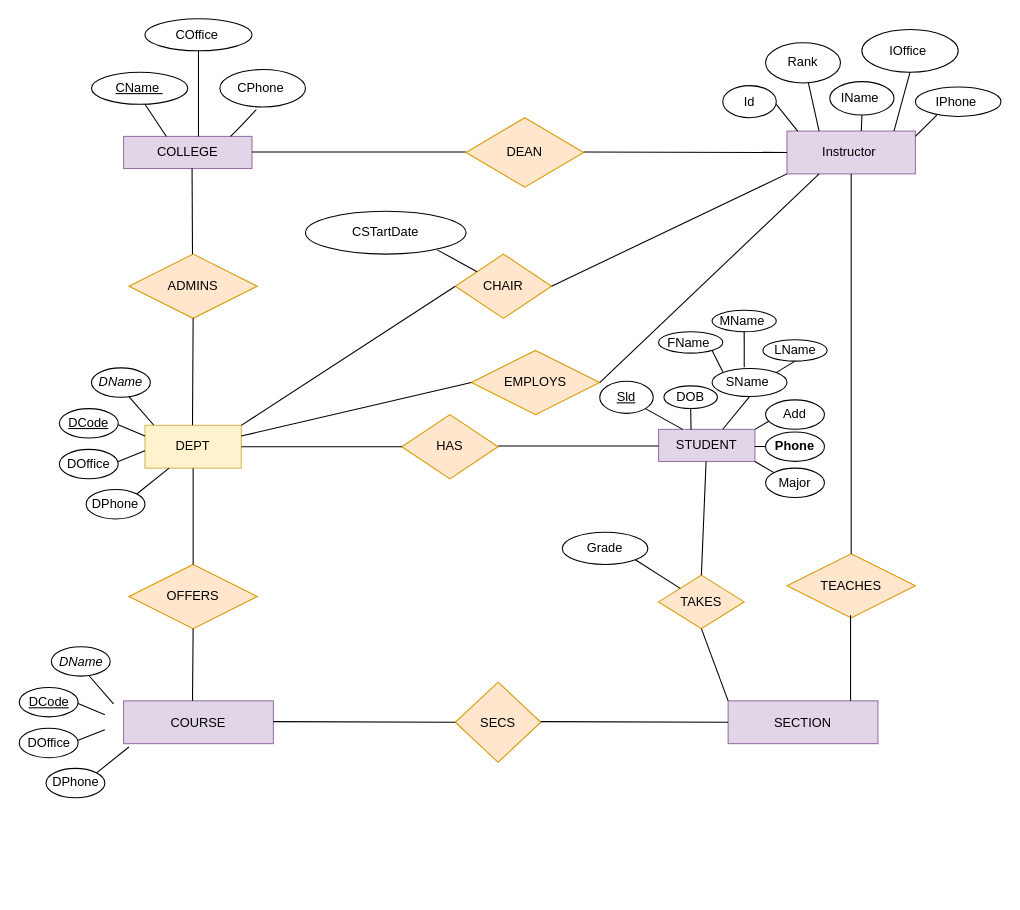
Before: Untitled Diagram.drawio in Nick0422/portfolio, a draw.io diagram. Source tidied: cells renumbered, new cells numbered last; positions are measured from the earlier drawing's top-left corner, leaving out a move shared by most shapes. Both pictures are drawn from the tidied source at 107%, with x=0, y=0 at pixel (18, 18).
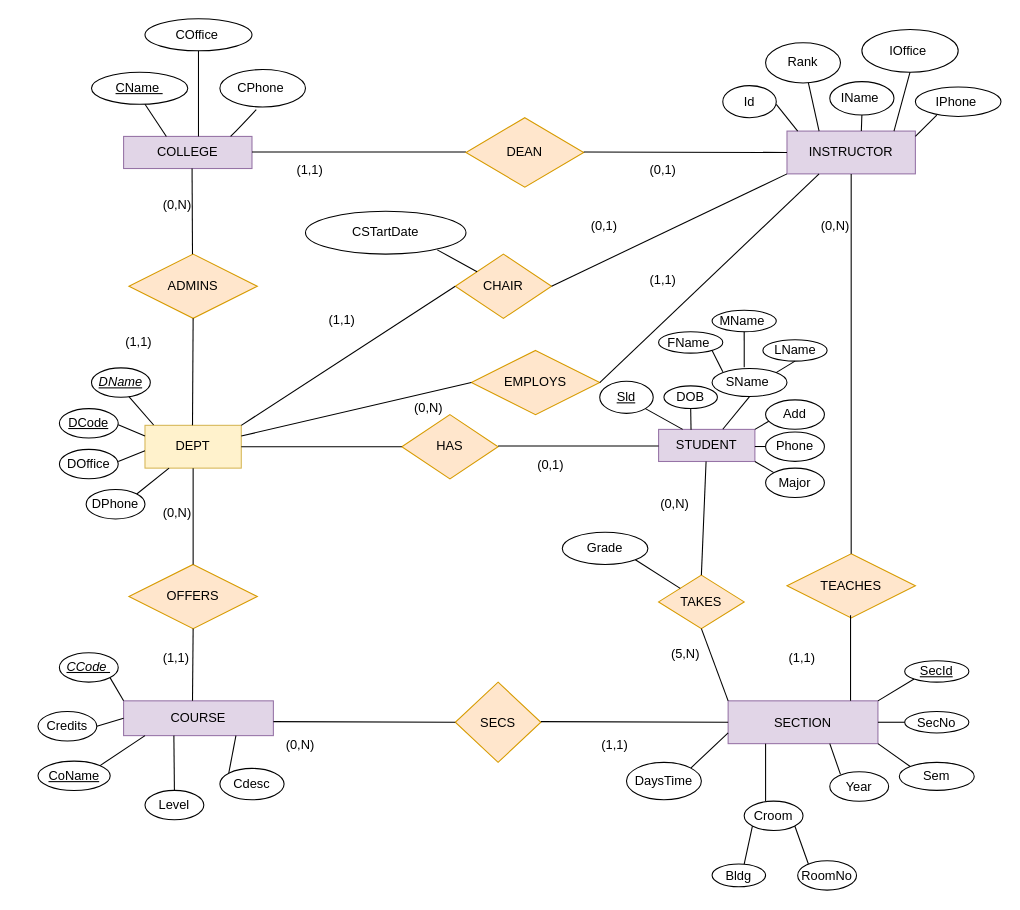
After the change.

The change refers to these unchanged cells:
```xml
<mxCell id="30" value="SECTION" style="rounded=0;whiteSpace=wrap;html=1;fillColor=#e1d5e7;strokeColor=#9673a6;" parent="1" vertex="1">
  <mxGeometry x="663" y="637.5" width="140" height="40" as="geometry" />
</mxCell>
```

Diff of the diagram source:
```diff
@@
-    <mxCell id="12" value="Instructor&amp;nbsp;" style="rounded=0;whiteSpace=wrap;html=1;fillColor=#e1d5e7;strokeColor=#9673a6;" parent="1" vertex="1">
+    <mxCell id="12" value="INSTRUCTOR" style="rounded=0;whiteSpace=wrap;html=1;fillColor=#e1d5e7;strokeColor=#9673a6;" parent="1" vertex="1">
       <mxGeometry x="718" y="105" width="120" height="40" as="geometry" />
     </mxCell>
@@
     <mxCell id="29" value="COURSE" style="rounded=0;whiteSpace=wrap;html=1;fillColor=#e1d5e7;strokeColor=#9673a6;" parent="1" vertex="1">
-      <mxGeometry x="98" y="637.5" width="140" height="40" as="geometry" />
+      <mxGeometry x="98" y="637.5" width="140" height="32.5" as="geometry" />
     </mxCell>
@@
-    <mxCell id="64" value="Phone" style="ellipse;whiteSpace=wrap;html=1;fontStyle=1;" parent="1" vertex="1">
+    <mxCell id="64" value="&lt;span style=&quot;font-weight: normal&quot;&gt;Phone&lt;/span&gt;" style="ellipse;whiteSpace=wrap;html=1;fontStyle=1;" parent="1" vertex="1">
       <mxGeometry x="698" y="386.2" width="55" height="27.5" as="geometry" />
     </mxCell>
@@
-    <mxCell id="78" value="&lt;i&gt;DName&lt;/i&gt;" style="ellipse;whiteSpace=wrap;html=1;" parent="1" vertex="1">
+    <mxCell id="78" value="&lt;i&gt;DName&lt;/i&gt;" style="ellipse;whiteSpace=wrap;html=1;fontStyle=4;" parent="1" vertex="1">
       <mxGeometry x="68" y="326.3" width="55" height="27.5" as="geometry" />
     </mxCell>
@@
-    <mxCell id="83" value="&lt;u&gt;DCode&lt;/u&gt;" style="ellipse;whiteSpace=wrap;html=1;" parent="1" vertex="1">
-      <mxGeometry x="0.5" y="625" width="55" height="27.5" as="geometry" />
+    <mxCell id="83" value="Credits" style="ellipse;whiteSpace=wrap;html=1;" parent="1" vertex="1">
+      <mxGeometry x="18" y="647.5" width="55" height="27.5" as="geometry" />
     </mxCell>
-    <mxCell id="84" value="DOffice" style="ellipse;whiteSpace=wrap;html=1;fontStyle=0;" parent="1" vertex="1">
-      <mxGeometry x="0.5" y="663.1" width="55" height="27.5" as="geometry" />
+    <mxCell id="84" value="CoName" style="ellipse;whiteSpace=wrap;html=1;fontStyle=4;" parent="1" vertex="1">
+      <mxGeometry x="18" y="693.8" width="67.5" height="27.5" as="geometry" />
     </mxCell>
-    <mxCell id="85" value="DPhone" style="ellipse;whiteSpace=wrap;html=1;" parent="1" vertex="1">
-      <mxGeometry x="25.5" y="700.6" width="55" height="27.5" as="geometry" />
+    <mxCell id="85" value="Level" style="ellipse;whiteSpace=wrap;html=1;" parent="1" vertex="1">
+      <mxGeometry x="118" y="721.2" width="55" height="27.5" as="geometry" />
     </mxCell>
-    <mxCell id="86" value="&lt;i&gt;DName&lt;/i&gt;" style="ellipse;whiteSpace=wrap;html=1;" parent="1" vertex="1">
-      <mxGeometry x="30.5" y="586.9" width="55" height="27.5" as="geometry" />
+    <mxCell id="86" value="&lt;i&gt;CCode&amp;nbsp;&lt;/i&gt;&lt;br&gt;" style="ellipse;whiteSpace=wrap;html=1;fontStyle=4;" parent="1" vertex="1">
+      <mxGeometry x="38" y="592.5" width="55" height="27.5" as="geometry" />
     </mxCell>
-    <mxCell id="87" style="endArrow=none;html=1;entryX=0.09;entryY=-0.008;entryDx=0;entryDy=0;entryPerimeter=0;" parent="1" edge="1">
+    <mxCell id="87" style="endArrow=none;html=1;entryX=0.09;entryY=-0.008;entryDx=0;entryDy=0;entryPerimeter=0;exitX=1;exitY=1;exitDx=0;exitDy=0;" parent="1" edge="1" source="86">
       <mxGeometry relative="1" as="geometry">
-        <mxPoint x="65.5" y="613.8" as="sourcePoint" />
-        <mxPoint x="88.6" y="640.3" as="targetPoint" />
+        <mxPoint x="98" y="637.5" as="targetPoint" />
       </mxGeometry>
     </mxCell>
-    <mxCell id="88" style="endArrow=none;html=1;entryX=0;entryY=0.25;entryDx=0;entryDy=0;" parent="1" edge="1">
-      <mxGeometry relative="1" as="geometry">
-        <mxPoint x="55.5" y="640" as="sourcePoint" />
-        <mxPoint x="80.5" y="650.6" as="targetPoint" />
-      </mxGeometry>
+    <mxCell id="88" style="endArrow=none;html=1;entryX=0;entryY=0.5;entryDx=0;entryDy=0;exitX=1;exitY=0.5;exitDx=0;exitDy=0;" parent="1" edge="1" source="83" target="29">
+      <mxGeometry relative="1" as="geometry" />
     </mxCell>
-    <mxCell id="89" style="endArrow=none;html=1;" parent="1" edge="1">
-      <mxGeometry relative="1" as="geometry">
-        <mxPoint x="55.5" y="674.4" as="sourcePoint" />
-        <mxPoint x="80.5" y="664.4" as="targetPoint" />
-      </mxGeometry>
+    <mxCell id="89" style="endArrow=none;html=1;entryX=0.143;entryY=1;entryDx=0;entryDy=0;exitX=1;exitY=0;exitDx=0;exitDy=0;entryPerimeter=0;" parent="1" edge="1" source="84" target="29">
+      <mxGeometry relative="1" as="geometry" />
     </mxCell>
-    <mxCell id="90" style="endArrow=none;html=1;entryX=0.25;entryY=1;entryDx=0;entryDy=0;exitX=1;exitY=0;exitDx=0;exitDy=0;" parent="1" edge="1" source="85">
+    <mxCell id="90" style="endArrow=none;html=1;exitX=0.5;exitY=0;exitDx=0;exitDy=0;" parent="1" edge="1" source="85">
       <mxGeometry relative="1" as="geometry">
-        <mxPoint x="103" y="680.6" as="targetPoint" />
+        <mxPoint x="145" y="670" as="targetPoint" />
       </mxGeometry>
     </mxCell>
+    <mxCell id="91" value="Cdesc" style="ellipse;whiteSpace=wrap;html=1;" parent="1" vertex="1">
+      <mxGeometry x="188" y="700.6" width="60" height="29.4" as="geometry" />
+    </mxCell>
+    <mxCell id="92" style="endArrow=none;html=1;entryX=0.75;entryY=1;entryDx=0;entryDy=0;exitX=0;exitY=0;exitDx=0;exitDy=0;" parent="1" edge="1" source="91" target="29">
+      <mxGeometry relative="1" as="geometry" />
+    </mxCell>
+    <mxCell id="93" value="Year" style="ellipse;whiteSpace=wrap;html=1;" parent="1" vertex="1">
+      <mxGeometry x="758" y="703.8" width="55" height="27.5" as="geometry" />
+    </mxCell>
+    <mxCell id="94" value="Sem" style="ellipse;whiteSpace=wrap;html=1;" parent="1" vertex="1">
+      <mxGeometry x="823" y="695" width="70" height="26.2" as="geometry" />
+    </mxCell>
+    <mxCell id="95" value="Bldg" style="ellipse;whiteSpace=wrap;html=1;" parent="1" vertex="1">
+      <mxGeometry x="648" y="790" width="50" height="21.2" as="geometry" />
+    </mxCell>
+    <mxCell id="96" value="DaysTime" style="ellipse;whiteSpace=wrap;html=1;" parent="1" vertex="1">
+      <mxGeometry x="568" y="695" width="70" height="35" as="geometry" />
+    </mxCell>
+    <mxCell id="97" value="SecId" style="ellipse;whiteSpace=wrap;html=1;fontStyle=4;" parent="1" vertex="1">
+      <mxGeometry x="828" y="600" width="60" height="20" as="geometry" />
+    </mxCell>
+    <mxCell id="98" value="SecNo" style="ellipse;whiteSpace=wrap;html=1;" parent="1" vertex="1">
+      <mxGeometry x="828" y="647.5" width="60" height="20" as="geometry" />
+    </mxCell>
+    <mxCell id="99" value="&lt;span style=&quot;font-weight: normal&quot;&gt;Croom&lt;/span&gt;" style="ellipse;whiteSpace=wrap;html=1;fontStyle=1;" parent="1" vertex="1">
+      <mxGeometry x="678" y="731.2" width="55" height="27.5" as="geometry" />
+    </mxCell>
+    <mxCell id="100" value="RoomNo" style="ellipse;whiteSpace=wrap;html=1;" parent="1" vertex="1">
+      <mxGeometry x="728" y="786.9" width="55" height="27.5" as="geometry" />
+    </mxCell>
+    <mxCell id="101" style="endArrow=none;html=1;entryX=1;entryY=1;entryDx=0;entryDy=0;" parent="1" edge="1" target="99">
+      <mxGeometry relative="1" as="geometry">
+        <mxPoint x="738" y="790" as="sourcePoint" />
+      </mxGeometry>
+    </mxCell>
+    <mxCell id="102" style="endArrow=none;html=1;entryX=0;entryY=1;entryDx=0;entryDy=0;" parent="1" edge="1" target="99">
+      <mxGeometry relative="1" as="geometry">
+        <mxPoint x="678" y="790" as="sourcePoint" />
+      </mxGeometry>
+    </mxCell>
+    <mxCell id="103" style="endArrow=none;html=1;entryX=0.25;entryY=1;entryDx=0;entryDy=0;" parent="1" edge="1" target="30">
+      <mxGeometry relative="1" as="geometry">
+        <mxPoint x="698" y="731" as="sourcePoint" />
+      </mxGeometry>
+    </mxCell>
+    <mxCell id="104" style="endArrow=none;html=1;" parent="1" edge="1">
+      <mxGeometry relative="1" as="geometry">
+        <mxPoint x="768" y="706.2" as="sourcePoint" />
+        <mxPoint x="758" y="677.5" as="targetPoint" />
+      </mxGeometry>
+    </mxCell>
+    <mxCell id="105" style="endArrow=none;html=1;entryX=0;entryY=1;entryDx=0;entryDy=0;" parent="1" edge="1" target="97">
+      <mxGeometry relative="1" as="geometry">
+        <mxPoint x="803" y="637.5" as="sourcePoint" />
+      </mxGeometry>
+    </mxCell>
+    <mxCell id="106" style="endArrow=none;html=1;entryX=0;entryY=0.5;entryDx=0;entryDy=0;exitX=1;exitY=0.5;exitDx=0;exitDy=0;" parent="1" edge="1" source="30" target="98">
+      <mxGeometry relative="1" as="geometry" />
+    </mxCell>
+    <mxCell id="107" style="endArrow=none;html=1;entryX=0;entryY=0.75;entryDx=0;entryDy=0;exitX=1;exitY=0;exitDx=0;exitDy=0;" parent="1" edge="1" source="96" target="30">
+      <mxGeometry relative="1" as="geometry" />
+    </mxCell>
+    <mxCell id="108" style="endArrow=none;html=1;entryX=0;entryY=0;entryDx=0;entryDy=0;" parent="1" edge="1" target="94">
+      <mxGeometry relative="1" as="geometry">
+        <mxPoint x="803" y="677.5" as="sourcePoint" />
+      </mxGeometry>
+    </mxCell>
+    <mxCell id="109" value="&lt;div style=&quot;text-align: center&quot;&gt;&lt;font face=&quot;helvetica&quot;&gt;(1,1)&lt;/font&gt;&lt;/div&gt;" style="text;whiteSpace=wrap;html=1;" parent="1" vertex="1">
+      <mxGeometry x="588" y="230" width="40" height="26.2" as="geometry" />
+    </mxCell>
+    <mxCell id="110" value="&lt;div style=&quot;text-align: center&quot;&gt;&lt;font face=&quot;helvetica&quot;&gt;(1,1)&lt;/font&gt;&lt;/div&gt;" style="text;whiteSpace=wrap;html=1;" parent="1" vertex="1">
+      <mxGeometry x="98" y="287.5" width="50" height="30" as="geometry" />
+    </mxCell>
+    <mxCell id="111" value="&lt;div style=&quot;text-align: center&quot;&gt;&lt;font face=&quot;helvetica&quot;&gt;(1,1)&lt;/font&gt;&lt;/div&gt;" style="text;whiteSpace=wrap;html=1;" parent="1" vertex="1">
+      <mxGeometry x="288" y="267.5" width="50" height="30" as="geometry" />
+    </mxCell>
+    <mxCell id="112" value="&lt;div style=&quot;text-align: center&quot;&gt;&lt;font face=&quot;helvetica&quot;&gt;(5,N)&lt;/font&gt;&lt;/div&gt;" style="text;whiteSpace=wrap;html=1;" parent="1" vertex="1">
+      <mxGeometry x="608" y="580" width="50" height="30" as="geometry" />
+    </mxCell>
+    <mxCell id="113" value="&lt;div style=&quot;text-align: center&quot;&gt;&lt;font face=&quot;helvetica&quot;&gt;(1,1)&lt;/font&gt;&lt;/div&gt;" style="text;whiteSpace=wrap;html=1;" parent="1" vertex="1">
+      <mxGeometry x="718" y="584.4" width="50" height="30" as="geometry" />
+    </mxCell>
+    <mxCell id="114" value="&lt;div style=&quot;text-align: center&quot;&gt;&lt;font face=&quot;helvetica&quot;&gt;(1,1)&lt;/font&gt;&lt;/div&gt;" style="text;whiteSpace=wrap;html=1;" parent="1" vertex="1">
+      <mxGeometry x="258" y="127.5" width="50" height="30" as="geometry" />
+    </mxCell>
+    <mxCell id="115" value="&lt;div style=&quot;text-align: center&quot;&gt;&lt;font face=&quot;helvetica&quot;&gt;(1,1)&lt;/font&gt;&lt;/div&gt;" style="text;whiteSpace=wrap;html=1;" parent="1" vertex="1">
+      <mxGeometry x="133" y="584.4" width="50" height="30" as="geometry" />
+    </mxCell>
+    <mxCell id="116" value="&lt;div style=&quot;text-align: center&quot;&gt;&lt;font face=&quot;helvetica&quot;&gt;(0,N)&lt;/font&gt;&lt;/div&gt;" style="text;whiteSpace=wrap;html=1;" parent="1" vertex="1">
+      <mxGeometry x="368" y="350" width="50" height="30" as="geometry" />
+    </mxCell>
+    <mxCell id="117" value="&lt;div style=&quot;text-align: center&quot;&gt;&lt;font face=&quot;helvetica&quot;&gt;(0,1)&lt;/font&gt;&lt;/div&gt;" style="text;whiteSpace=wrap;html=1;" parent="1" vertex="1">
+      <mxGeometry x="533" y="180" width="50" height="30" as="geometry" />
+    </mxCell>
+    <mxCell id="118" value="&lt;div style=&quot;text-align: center&quot;&gt;&lt;font face=&quot;helvetica&quot;&gt;(1,1)&lt;/font&gt;&lt;/div&gt;" style="text;whiteSpace=wrap;html=1;" parent="1" vertex="1">
+      <mxGeometry x="543" y="665" width="50" height="30" as="geometry" />
+    </mxCell>
+    <mxCell id="119" value="&lt;div style=&quot;text-align: center&quot;&gt;&lt;font face=&quot;helvetica&quot;&gt;(0,1)&lt;/font&gt;&lt;/div&gt;" style="text;whiteSpace=wrap;html=1;" parent="1" vertex="1">
+      <mxGeometry x="588" y="127.5" width="50" height="30" as="geometry" />
+    </mxCell>
+    <mxCell id="120" value="&lt;div style=&quot;text-align: center&quot;&gt;&lt;font face=&quot;helvetica&quot;&gt;(0,1)&lt;/font&gt;&lt;/div&gt;" style="text;whiteSpace=wrap;html=1;" parent="1" vertex="1">
+      <mxGeometry x="483" y="402.5" width="50" height="30" as="geometry" />
+    </mxCell>
+    <mxCell id="121" value="&lt;div style=&quot;text-align: center&quot;&gt;&lt;font face=&quot;helvetica&quot;&gt;(0,N)&lt;/font&gt;&lt;/div&gt;" style="text;whiteSpace=wrap;html=1;" parent="1" vertex="1">
+      <mxGeometry x="133" y="447.5" width="50" height="30" as="geometry" />
+    </mxCell>
+    <mxCell id="122" value="&lt;div style=&quot;text-align: center&quot;&gt;&lt;font face=&quot;helvetica&quot;&gt;(0,N)&lt;/font&gt;&lt;/div&gt;" style="text;whiteSpace=wrap;html=1;" parent="1" vertex="1">
+      <mxGeometry x="133" y="160" width="50" height="30" as="geometry" />
+    </mxCell>
+    <mxCell id="123" value="&lt;div style=&quot;text-align: center&quot;&gt;&lt;font face=&quot;helvetica&quot;&gt;(0,N)&lt;/font&gt;&lt;/div&gt;" style="text;whiteSpace=wrap;html=1;" parent="1" vertex="1">
+      <mxGeometry x="598" y="440" width="50" height="30" as="geometry" />
+    </mxCell>
+    <mxCell id="124" value="&lt;div style=&quot;text-align: center&quot;&gt;&lt;font face=&quot;helvetica&quot;&gt;(0,N)&lt;/font&gt;&lt;/div&gt;" style="text;whiteSpace=wrap;html=1;" parent="1" vertex="1">
+      <mxGeometry x="248" y="665" width="50" height="30" as="geometry" />
+    </mxCell>
+    <mxCell id="125" value="&lt;div style=&quot;text-align: center&quot;&gt;&lt;font face=&quot;helvetica&quot;&gt;(0,N)&lt;/font&gt;&lt;/div&gt;" style="text;whiteSpace=wrap;html=1;" parent="1" vertex="1">
+      <mxGeometry x="748" y="180" width="50" height="30" as="geometry" />
+    </mxCell>
```
